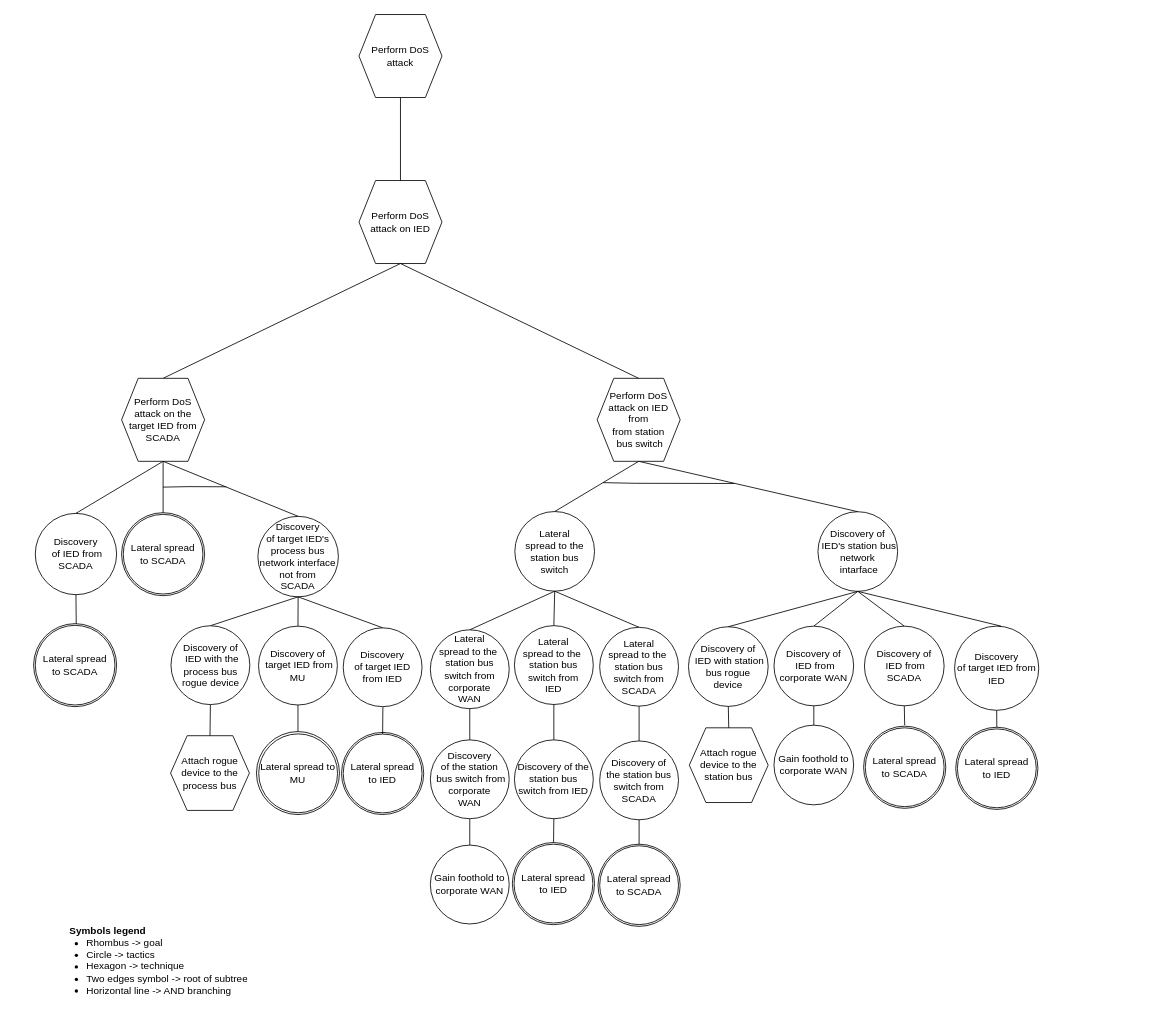
This is drawIO_trees/solution_2_2_2.drawio from mihaelM/Attack_trees, a draw.io file, before an edit. Source tidied: cells renumbered, new cells numbered last; positions are measured from the earlier drawing's top-left corner, leaving out a move shared by most shapes. Both pictures are drawn from the tidied source at 83%, with x=0, y=0 at pixel (33, 14).
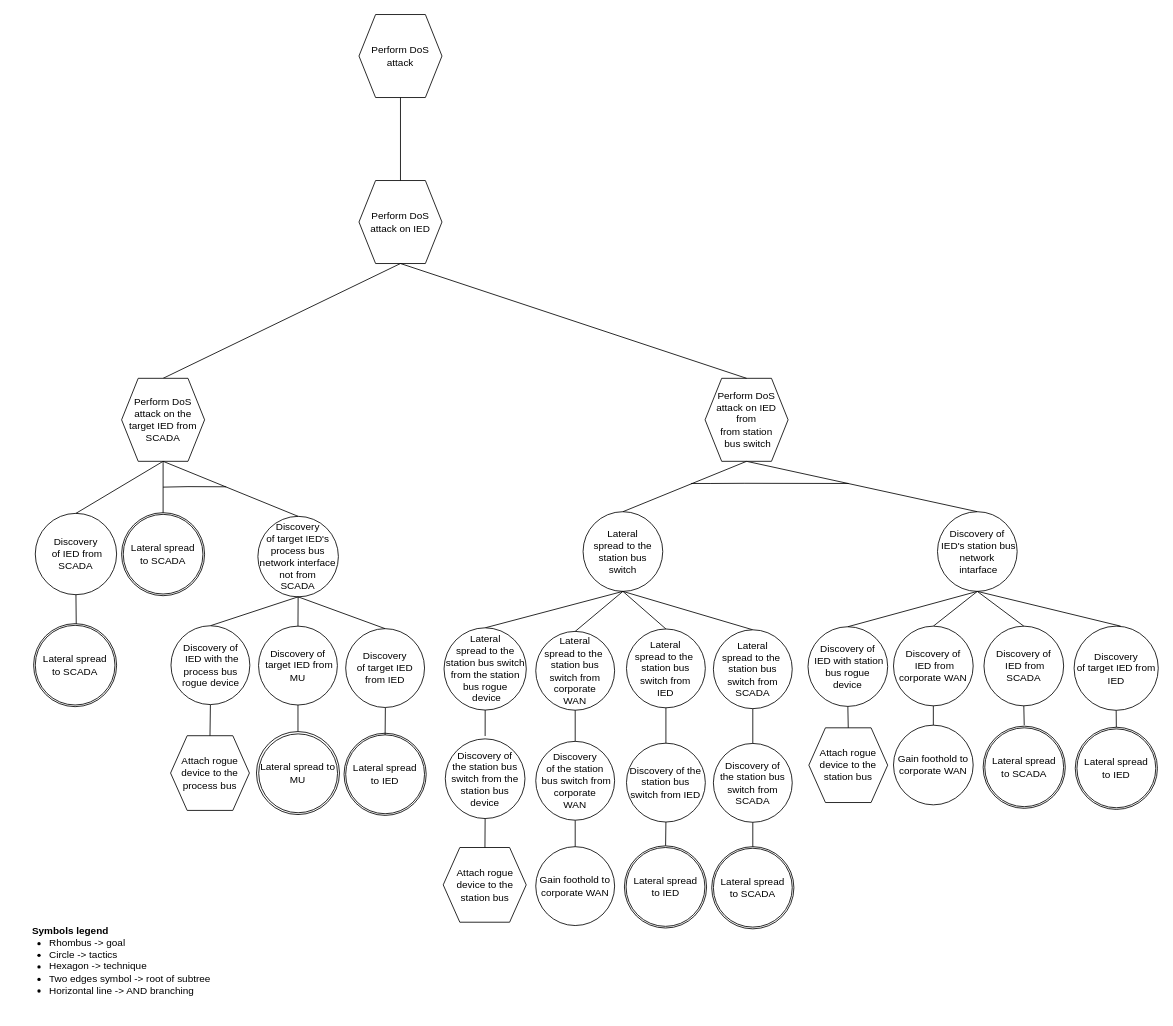
The same page after the edit.

What changed in the source:
```diff
@@
     <mxCell id="5" value="&lt;font style=&quot;font-size: 12px&quot;&gt;Symbols legend&lt;/font&gt;" style="text;strokeColor=none;fillColor=none;html=1;fontSize=24;fontStyle=1;verticalAlign=middle;align=center;" parent="1" vertex="1">
-      <mxGeometry x="39" y="1080" width="100" height="40" as="geometry" />
+      <mxGeometry x="-6" y="1080" width="100" height="40" as="geometry" />
     </mxCell>
     <mxCell id="6" value="&lt;ul&gt;&lt;li&gt;&lt;span&gt;Rhombus -&amp;gt; goal&lt;/span&gt;&lt;/li&gt;&lt;li&gt;&lt;span&gt;Circle -&amp;gt; tactics&lt;/span&gt;&lt;br&gt;&lt;/li&gt;&lt;li&gt;Hexagon -&amp;gt; technique&lt;/li&gt;&lt;li&gt;Two edges symbol -&amp;gt; root of subtree&lt;/li&gt;&lt;li&gt;Horizontal line -&amp;gt; AND branching&lt;/li&gt;&lt;/ul&gt;" style="text;strokeColor=none;fillColor=none;html=1;whiteSpace=wrap;verticalAlign=middle;overflow=hidden;fontSize=12;" parent="1" vertex="1">
-      <mxGeometry x="22" y="1093.9" width="256" height="107" as="geometry" />
+      <mxGeometry x="-23" y="1093.9" width="256" height="107" as="geometry" />
     </mxCell>
@@
     <mxCell id="12" value="Lateral&lt;br&gt;&amp;nbsp;spread to the&amp;nbsp;&lt;br&gt;station bus switch" style="ellipse;whiteSpace=wrap;html=1;" parent="1" vertex="1">
-      <mxGeometry x="579.8" y="598.8" width="96" height="96" as="geometry" />
+      <mxGeometry x="662" y="599" width="96" height="96" as="geometry" />
     </mxCell>
     <mxCell id="13" value="Gain foothold to corporate WAN" style="ellipse;whiteSpace=wrap;html=1;" parent="1" vertex="1">
-      <mxGeometry x="892" y="856.2" width="96" height="96" as="geometry" />
+      <mxGeometry x="1036" y="856.2" width="96" height="96" as="geometry" />
     </mxCell>
@@
     <mxCell id="15" value="Discovery of&lt;br&gt;&amp;nbsp;IED's station bus network&lt;br&gt;&amp;nbsp;intarface" style="ellipse;whiteSpace=wrap;html=1;" parent="1" vertex="1">
-      <mxGeometry x="945" y="599" width="96" height="96" as="geometry" />
+      <mxGeometry x="1089" y="599" width="96" height="96" as="geometry" />
     </mxCell>
@@
     <mxCell id="17" style="endArrow=none;html=1;rounded=0;" parent="1" edge="1">
       <mxGeometry relative="1" as="geometry">
-        <mxPoint x="686" y="564" as="sourcePoint" />
-        <mxPoint x="844" y="565" as="targetPoint" />
+        <mxPoint x="792" y="565" as="sourcePoint" />
+        <mxPoint x="982" y="565" as="targetPoint" />
         <Array as="points">
-          <mxPoint x="686" y="564.4" />
-          <mxPoint x="726" y="564.8" />
+          <mxPoint x="816" y="565" />
+          <mxPoint x="856" y="564.8" />
         </Array>
       </mxGeometry>
     </mxCell>
     <mxCell id="18" value="Perform DoS&lt;br&gt;attack on IED&lt;br&gt;&amp;nbsp;from&amp;nbsp;&lt;br&gt;from station&lt;br&gt;&amp;nbsp;bus switch" style="shape=hexagon;perimeter=hexagonPerimeter2;whiteSpace=wrap;html=1;fixedSize=1;" parent="1" vertex="1">
-      <mxGeometry x="679" y="438.3" width="100" height="100" as="geometry" />
+      <mxGeometry x="809" y="438.3" width="100" height="100" as="geometry" />
     </mxCell>
     <mxCell id="19" value="Discovery of&lt;br&gt;&amp;nbsp;IED with station bus rogue &lt;br&gt;device" style="ellipse;whiteSpace=wrap;html=1;" parent="1" vertex="1">
-      <mxGeometry x="789" y="737.6" width="96" height="96" as="geometry" />
+      <mxGeometry x="933" y="737.6" width="96" height="96" as="geometry" />
     </mxCell>
@@
     <mxCell id="21" value="Discovery of&lt;br&gt;&amp;nbsp;IED from corporate WAN" style="ellipse;whiteSpace=wrap;html=1;" parent="1" vertex="1">
-      <mxGeometry x="892" y="736.9" width="96" height="96" as="geometry" />
+      <mxGeometry x="1036" y="736.9" width="96" height="96" as="geometry" />
     </mxCell>
@@
     <mxCell id="23" value="Attach rogue device to the station bus" style="shape=hexagon;perimeter=hexagonPerimeter2;whiteSpace=wrap;html=1;fixedSize=1;" parent="1" vertex="1">
-      <mxGeometry x="790" y="859.4" width="95" height="90" as="geometry" />
+      <mxGeometry x="934" y="859.4" width="95" height="90" as="geometry" />
     </mxCell>
@@
     <mxCell id="25" value="Discovery of&lt;br&gt;&amp;nbsp;IED from SCADA" style="ellipse;whiteSpace=wrap;html=1;" parent="1" vertex="1">
-      <mxGeometry x="1001" y="736.9" width="96" height="96" as="geometry" />
+      <mxGeometry x="1145" y="736.9" width="96" height="96" as="geometry" />
     </mxCell>
     <mxCell id="26" style="endArrow=none;html=1;rounded=0;exitX=0.5;exitY=0;exitDx=0;exitDy=0;" parent="1" edge="1" target="25">
       <mxGeometry relative="1" as="geometry">
-        <mxPoint x="1049.5" y="856.2" as="sourcePoint" />
+        <mxPoint x="1193.5" y="856.2" as="sourcePoint" />
       </mxGeometry>
     </mxCell>
@@
     <mxCell id="30" value="Discovery&lt;br&gt;of target IED from IED" style="ellipse;whiteSpace=wrap;html=1;" parent="1" vertex="1">
-      <mxGeometry x="1109.6" y="736.9" width="101.4" height="101.4" as="geometry" />
+      <mxGeometry x="1253.6" y="736.9" width="101.4" height="101.4" as="geometry" />
     </mxCell>
     <mxCell id="31" style="endArrow=none;html=1;rounded=0;exitX=0.5;exitY=0;exitDx=0;exitDy=0;entryX=0.5;entryY=1;entryDx=0;entryDy=0;" parent="1" edge="1" target="15">
       <mxGeometry relative="1" as="geometry">
-        <mxPoint x="1165.7" y="736.9" as="sourcePoint" />
+        <mxPoint x="1309.7" y="736.9" as="sourcePoint" />
       </mxGeometry>
     </mxCell>
@@
     <mxCell id="34" style="ellipse;whiteSpace=wrap;html=1;" parent="1" vertex="1">
-      <mxGeometry x="371" y="864.9" width="99" height="99" as="geometry" />
+      <mxGeometry x="374" y="865.9" width="99" height="99" as="geometry" />
     </mxCell>
     <mxCell id="35" style="endArrow=none;html=1;rounded=0;" parent="1" edge="1" target="67">
       <mxGeometry relative="1" as="geometry">
-        <mxPoint x="420.8" y="834.4" as="sourcePoint" />
+        <mxPoint x="423.8" y="835.4" as="sourcePoint" />
       </mxGeometry>
     </mxCell>
@@
     <mxCell id="37" value="Discovery&lt;br&gt;of target IED from IED" style="ellipse;whiteSpace=wrap;html=1;" parent="1" vertex="1">
-      <mxGeometry x="373" y="738.9" width="95" height="95" as="geometry" />
+      <mxGeometry x="376" y="739.9" width="95" height="95" as="geometry" />
     </mxCell>
@@
     <mxCell id="48" value="Gain foothold to corporate WAN" style="ellipse;whiteSpace=wrap;html=1;" parent="1" vertex="1">
-      <mxGeometry x="478" y="1000.7" width="95" height="95" as="geometry" />
+      <mxGeometry x="605" y="1002.6" width="95" height="95" as="geometry" />
     </mxCell>
@@
     <mxCell id="50" value="Discovery&lt;br&gt;of the station&lt;br&gt;&amp;nbsp;bus switch from corporate&lt;br&gt;WAN" style="ellipse;whiteSpace=wrap;html=1;" parent="1" vertex="1">
-      <mxGeometry x="478" y="873.9" width="95" height="95" as="geometry" />
+      <mxGeometry x="605" y="875.7" width="95" height="95" as="geometry" />
     </mxCell>
     <mxCell id="51" value="Lateral &lt;br&gt;spread to the&amp;nbsp;&lt;br&gt;station bus switch from corporate &lt;br&gt;WAN" style="ellipse;whiteSpace=wrap;html=1;" parent="1" vertex="1">
-      <mxGeometry x="478" y="741.3" width="95" height="95" as="geometry" />
+      <mxGeometry x="605" y="743.2" width="95" height="95" as="geometry" />
     </mxCell>
@@
     <mxCell id="54" value="Discovery of the station bus switch from IED" style="ellipse;whiteSpace=wrap;html=1;" parent="1" vertex="1">
-      <mxGeometry x="579.3" y="873.9" width="95" height="95" as="geometry" />
+      <mxGeometry x="714.3" y="877.9" width="95" height="95" as="geometry" />
     </mxCell>
     <mxCell id="55" value="Lateral &lt;br&gt;spread to the&amp;nbsp;&lt;br&gt;station bus switch from &lt;br&gt;IED" style="ellipse;whiteSpace=wrap;html=1;" parent="1" vertex="1">
-      <mxGeometry x="579.3" y="736.3" width="95" height="95" as="geometry" />
+      <mxGeometry x="714.3" y="740.3" width="95" height="95" as="geometry" />
     </mxCell>
@@
     <mxCell id="59" value="Lateral &lt;br&gt;spread to the&amp;nbsp;&lt;br&gt;station bus switch from &lt;br&gt;SCADA" style="ellipse;whiteSpace=wrap;html=1;" parent="1" vertex="1">
-      <mxGeometry x="682" y="738.3" width="95" height="95" as="geometry" />
+      <mxGeometry x="819" y="741.3" width="95" height="95" as="geometry" />
     </mxCell>
     <mxCell id="60" style="endArrow=none;html=1;rounded=0;exitX=0.5;exitY=1;exitDx=0;exitDy=0;" parent="1" edge="1" source="54">
       <mxGeometry relative="1" as="geometry">
-        <mxPoint x="626.4" y="1000.1" as="targetPoint" />
+        <mxPoint x="761.4" y="1004.1" as="targetPoint" />
       </mxGeometry>
     </mxCell>
     <mxCell id="61" value="Discovery of &lt;br&gt;the station bus switch from SCADA" style="ellipse;whiteSpace=wrap;html=1;" parent="1" vertex="1">
-      <mxGeometry x="682" y="875.2" width="95" height="95" as="geometry" />
+      <mxGeometry x="819" y="878.2" width="95" height="95" as="geometry" />
     </mxCell>
@@
     <mxCell id="67" value="Lateral spread&lt;br&gt;to IED" style="ellipse;whiteSpace=wrap;html=1;" parent="1" vertex="1">
-      <mxGeometry x="373" y="866.9" width="95" height="95" as="geometry" />
+      <mxGeometry x="376" y="867.9" width="95" height="95" as="geometry" />
     </mxCell>
     <mxCell id="68" style="ellipse;whiteSpace=wrap;html=1;" parent="1" vertex="1">
-      <mxGeometry x="576.8" y="997.6" width="99" height="99" as="geometry" />
+      <mxGeometry x="711.8" y="1001.6" width="99" height="99" as="geometry" />
     </mxCell>
     <mxCell id="69" value="Lateral spread&lt;br&gt;to IED" style="ellipse;whiteSpace=wrap;html=1;" parent="1" vertex="1">
-      <mxGeometry x="578.8" y="999.6" width="95" height="95" as="geometry" />
+      <mxGeometry x="713.8" y="1003.6" width="95" height="95" as="geometry" />
     </mxCell>
@@
     <mxCell id="71" style="ellipse;whiteSpace=wrap;html=1;" parent="1" vertex="1">
-      <mxGeometry x="680" y="999.6" width="99" height="99" as="geometry" />
+      <mxGeometry x="817" y="1002.6" width="99" height="99" as="geometry" />
     </mxCell>
     <mxCell id="72" value="Lateral spread&lt;br&gt;to SCADA" style="ellipse;whiteSpace=wrap;html=1;" parent="1" vertex="1">
-      <mxGeometry x="682" y="1001.5" width="95" height="95" as="geometry" />
+      <mxGeometry x="819" y="1004.5" width="95" height="95" as="geometry" />
     </mxCell>
     <mxCell id="73" style="ellipse;whiteSpace=wrap;html=1;" parent="1" vertex="1">
-      <mxGeometry x="1000" y="857.4" width="99" height="99" as="geometry" />
+      <mxGeometry x="1144" y="857.4" width="99" height="99" as="geometry" />
     </mxCell>
     <mxCell id="74" value="Lateral spread&lt;br&gt;to SCADA" style="ellipse;whiteSpace=wrap;html=1;" parent="1" vertex="1">
-      <mxGeometry x="1002" y="859.4" width="95" height="95" as="geometry" />
+      <mxGeometry x="1146" y="859.4" width="95" height="95" as="geometry" />
     </mxCell>
     <mxCell id="75" style="ellipse;whiteSpace=wrap;html=1;" parent="1" vertex="1">
-      <mxGeometry x="1111" y="858.7" width="99" height="99" as="geometry" />
+      <mxGeometry x="1255" y="858.7" width="99" height="99" as="geometry" />
     </mxCell>
     <mxCell id="76" value="Lateral spread&lt;br&gt;to IED" style="ellipse;whiteSpace=wrap;html=1;" parent="1" vertex="1">
-      <mxGeometry x="1113" y="860.7" width="95" height="95" as="geometry" />
+      <mxGeometry x="1257" y="860.7" width="95" height="95" as="geometry" />
     </mxCell>
@@
+    <mxCell id="79" style="endArrow=none;html=1;rounded=0;entryX=0.5;entryY=0;entryDx=0;entryDy=0;exitX=0.5;exitY=1;exitDx=0;exitDy=0;" parent="1" edge="1" source="12" target="80">
+      <mxGeometry relative="1" as="geometry" />
+    </mxCell>
+    <mxCell id="80" value="Lateral &lt;br&gt;spread to the station bus switch from the station bus rogue&lt;br&gt;&amp;nbsp;device" style="ellipse;whiteSpace=wrap;html=1;" parent="1" vertex="1">
+      <mxGeometry x="494.5" y="738.9" width="99.1" height="99.1" as="geometry" />
+    </mxCell>
+    <mxCell id="81" value="Discovery of &lt;br&gt;the station bus switch from the station bus device" style="ellipse;whiteSpace=wrap;html=1;" parent="1" vertex="1">
+      <mxGeometry x="496" y="872.7" width="96" height="96" as="geometry" />
+    </mxCell>
+    <mxCell id="82" value="Attach rogue device to the station bus" style="shape=hexagon;perimeter=hexagonPerimeter2;whiteSpace=wrap;html=1;fixedSize=1;" parent="1" vertex="1">
+      <mxGeometry x="493.5" y="1003.6" width="100" height="90" as="geometry" />
+    </mxCell>
+    <mxCell id="83" style="endArrow=none;html=1;rounded=0;entryX=0.5;entryY=1;entryDx=0;entryDy=0;" parent="1" edge="1" source="82" target="81">
+      <mxGeometry relative="1" as="geometry" />
+    </mxCell>
+    <mxCell id="84" style="endArrow=none;html=1;rounded=0;exitX=0.5;exitY=0;exitDx=0;exitDy=0;entryX=0.5;entryY=1;entryDx=0;entryDy=0;" parent="1" edge="1" target="80">
+      <mxGeometry relative="1" as="geometry">
+        <mxPoint x="544" y="869.3" as="sourcePoint" />
+      </mxGeometry>
+    </mxCell>
```
